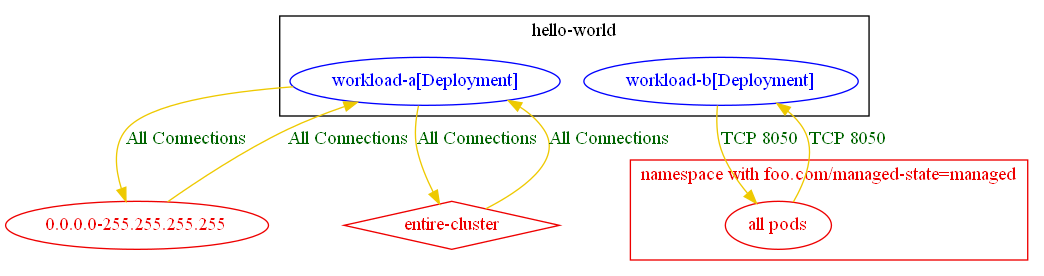
np-guard/netpol-analyzer keeps this Graphviz diagram as test_outputs/connlist/exposure_test_pod_exposed_only_to_representative_peers_connlist_output.dot.png. Above is the earlier version. Its source is kept beside it as test_outputs/connlist/exposure_test_pod_exposed_only_to_representative_peers_connlist_output.dot. Its diagram source:
```dot
digraph {
	subgraph "cluster_hello_world" {
		color="black"
		fontcolor="black"
		"hello-world/workload-a[Deployment]" [label="workload-a[Deployment]" color="blue" fontcolor="blue"]
		"hello-world/workload-b[Deployment]" [label="workload-b[Deployment]" color="blue" fontcolor="blue"]
		label="hello-world"
	}
	subgraph "cluster_namespace with foo.com/managed_state=managed" {
		color="red2"
		fontcolor="red2"
		"all pods_in_foo.com/managed-state=managed" [label="all pods" color="red2" fontcolor="red2"]
		label="namespace with foo.com/managed-state=managed"
	}
	"0.0.0.0-255.255.255.255" [label="0.0.0.0-255.255.255.255" color="red2" fontcolor="red2"]
	"entire-cluster" [label="entire-cluster" color="red2" fontcolor="red2" shape=diamond]
	"0.0.0.0-255.255.255.255" -> "hello-world/workload-a[Deployment]" [label="All Connections" color="gold2" fontcolor="darkgreen"]
	"all pods_in_foo.com/managed-state=managed" -> "hello-world/workload-b[Deployment]" [label="TCP 8050" color="gold2" fontcolor="darkgreen"]
	"entire-cluster" -> "hello-world/workload-a[Deployment]" [label="All Connections" color="gold2" fontcolor="darkgreen"]
	"hello-world/workload-a[Deployment]" -> "0.0.0.0-255.255.255.255" [label="All Connections" color="gold2" fontcolor="darkgreen"]
	"hello-world/workload-a[Deployment]" -> "entire-cluster" [label="All Connections" color="gold2" fontcolor="darkgreen"]
	"hello-world/workload-b[Deployment]" -> "all pods_in_foo.com/managed-state=managed" [label="TCP 8050" color="gold2" fontcolor="darkgreen"]
}
```
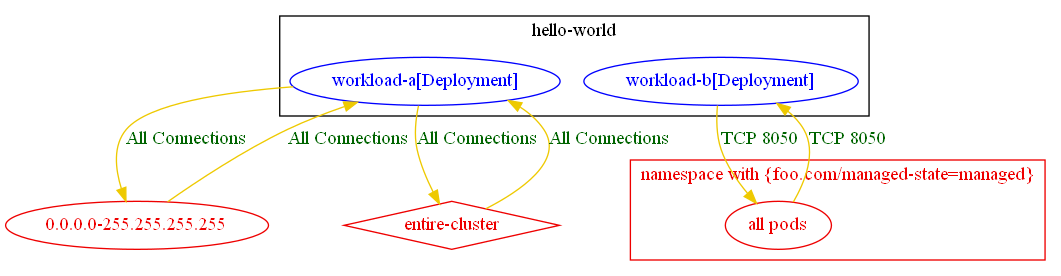
After the commit.

The edit, as a diff of the source:
```diff
@@ -6,18 +6,18 @@
 		"hello-world/workload-b[Deployment]" [label="workload-b[Deployment]" color="blue" fontcolor="blue"]
 		label="hello-world"
 	}
-	subgraph "cluster_namespace with foo.com/managed_state=managed" {
+	subgraph "cluster_namespace with {foo.com/managed_state=managed}" {
 		color="red2"
 		fontcolor="red2"
-		"all pods_in_foo.com/managed-state=managed" [label="all pods" color="red2" fontcolor="red2"]
-		label="namespace with foo.com/managed-state=managed"
+		"all pods_in_namespace with {foo.com/managed-state=managed}" [label="all pods" color="red2" fontcolor="red2"]
+		label="namespace with {foo.com/managed-state=managed}"
 	}
 	"0.0.0.0-255.255.255.255" [label="0.0.0.0-255.255.255.255" color="red2" fontcolor="red2"]
 	"entire-cluster" [label="entire-cluster" color="red2" fontcolor="red2" shape=diamond]
 	"0.0.0.0-255.255.255.255" -> "hello-world/workload-a[Deployment]" [label="All Connections" color="gold2" fontcolor="darkgreen"]
-	"all pods_in_foo.com/managed-state=managed" -> "hello-world/workload-b[Deployment]" [label="TCP 8050" color="gold2" fontcolor="darkgreen"]
+	"all pods_in_namespace with {foo.com/managed-state=managed}" -> "hello-world/workload-b[Deployment]" [label="TCP 8050" color="gold2" fontcolor="darkgreen"]
 	"entire-cluster" -> "hello-world/workload-a[Deployment]" [label="All Connections" color="gold2" fontcolor="darkgreen"]
 	"hello-world/workload-a[Deployment]" -> "0.0.0.0-255.255.255.255" [label="All Connections" color="gold2" fontcolor="darkgreen"]
 	"hello-world/workload-a[Deployment]" -> "entire-cluster" [label="All Connections" color="gold2" fontcolor="darkgreen"]
-	"hello-world/workload-b[Deployment]" -> "all pods_in_foo.com/managed-state=managed" [label="TCP 8050" color="gold2" fontcolor="darkgreen"]
+	"hello-world/workload-b[Deployment]" -> "all pods_in_namespace with {foo.com/managed-state=managed}" [label="TCP 8050" color="gold2" fontcolor="darkgreen"]
 }
```
